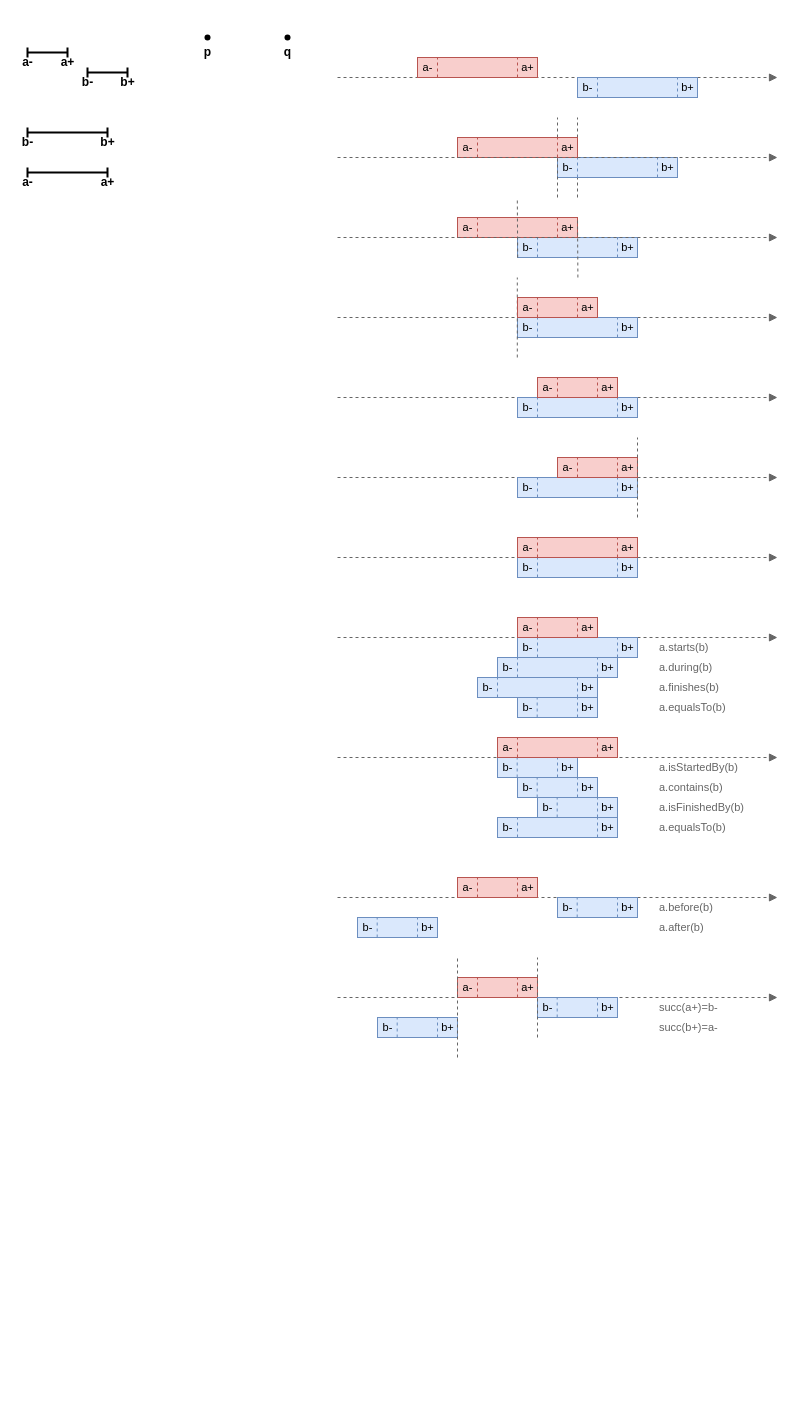
The draw.io diagram page "Relations-Src" (4 of 4) of res/resources.drawio in gchudnov/mindthegap, before the edit. Source tidied: cells renumbered, new cells numbered last; positions are measured from the earlier drawing's top-left corner, leaving out a move shared by most shapes. Both pictures are drawn from the tidied source at 100%, with x=0, y=0 at pixel (17, 17).
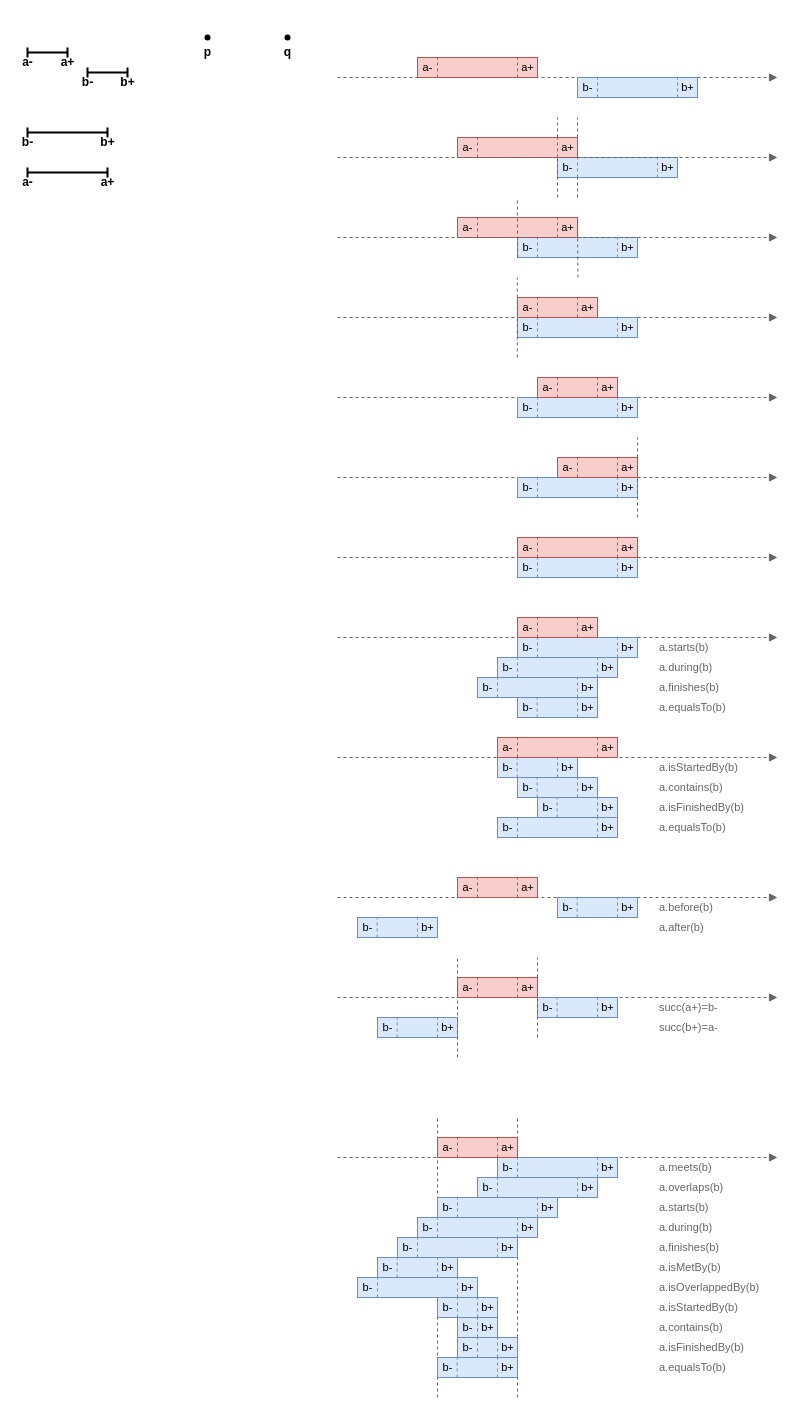
Above is the later version.

Change to the diagram source:
```diff
@@
+    <mxCell id="231" style="group;" parent="1" vertex="1">
+      <mxGeometry x="340" y="1260" width="120" height="20" as="geometry" />
+    </mxCell>
+    <mxCell id="232" style="endArrow=none;dashed=1;html=1;strokeWidth=1;fontSize=11;fillColor=#f5f5f5;strokeColor=#666666;" parent="231" edge="1">
+      <mxGeometry relative="1" as="geometry">
+        <mxPoint x="80" y="120" as="sourcePoint" />
+        <mxPoint x="80" y="-160" as="targetPoint" />
+      </mxGeometry>
+    </mxCell>
+    <mxCell id="233" style="rounded=0;whiteSpace=wrap;html=1;fontSize=12;strokeWidth=1;fillColor=#dae8fc;strokeColor=#6c8ebf;" parent="231" vertex="1">
+      <mxGeometry width="120" height="20" as="geometry" />
+    </mxCell>
+    <mxCell id="234" value="b-" style="text;html=1;strokeColor=none;fillColor=none;align=center;verticalAlign=middle;rounded=0;fontSize=11;" parent="231" vertex="1">
+      <mxGeometry width="20" height="20" as="geometry" />
+    </mxCell>
+    <mxCell id="235" value="b+" style="text;strokeColor=none;fillColor=none;align=center;verticalAlign=middle;rounded=0;fontSize=11;html=1;spacing=2;" parent="231" vertex="1">
+      <mxGeometry x="100" width="20" height="20" as="geometry" />
+    </mxCell>
+    <mxCell id="236" style="endArrow=none;dashed=1;html=1;strokeWidth=1;fontSize=11;fillColor=#dae8fc;strokeColor=#6c8ebf;" parent="231" edge="1">
+      <mxGeometry relative="1" as="geometry">
+        <mxPoint x="100" y="20" as="sourcePoint" />
+        <mxPoint x="100" as="targetPoint" />
+      </mxGeometry>
+    </mxCell>
+    <mxCell id="237" style="endArrow=none;dashed=1;html=1;strokeWidth=1;fontSize=11;fillColor=#dae8fc;strokeColor=#6c8ebf;" parent="231" edge="1">
+      <mxGeometry relative="1" as="geometry">
+        <mxPoint x="20" y="20" as="sourcePoint" />
+        <mxPoint x="20" as="targetPoint" />
+      </mxGeometry>
+    </mxCell>
+    <mxCell id="238" style="endArrow=none;dashed=1;html=1;strokeWidth=1;fontSize=11;fillColor=#f5f5f5;strokeColor=#666666;" parent="1" edge="1">
+      <mxGeometry relative="1" as="geometry">
+        <mxPoint x="500" y="1380" as="sourcePoint" />
+        <mxPoint x="500" y="1100" as="targetPoint" />
+      </mxGeometry>
+    </mxCell>
@@
+    <mxCell id="239" style="endArrow=block;html=1;fontSize=12;strokeWidth=1;fillColor=#f5f5f5;strokeColor=#666666;endFill=1;dashed=1;" parent="1" edge="1">
+      <mxGeometry relative="1" as="geometry">
+        <mxPoint x="320" y="1140" as="sourcePoint" />
+        <mxPoint x="760" y="1140" as="targetPoint" />
+      </mxGeometry>
+    </mxCell>
+    <mxCell id="240" style="group;" parent="1" vertex="1">
+      <mxGeometry x="460" y="1160" width="120" height="20" as="geometry" />
+    </mxCell>
+    <mxCell id="241" style="rounded=0;whiteSpace=wrap;html=1;fontSize=12;strokeWidth=1;fillColor=#dae8fc;strokeColor=#6c8ebf;" parent="240" vertex="1">
+      <mxGeometry width="120" height="20" as="geometry" />
+    </mxCell>
+    <mxCell id="242" value="b-" style="text;html=1;strokeColor=none;fillColor=none;align=center;verticalAlign=middle;rounded=0;fontSize=11;" parent="240" vertex="1">
+      <mxGeometry width="20" height="20" as="geometry" />
+    </mxCell>
+    <mxCell id="243" value="b+" style="text;strokeColor=none;fillColor=none;align=center;verticalAlign=middle;rounded=0;fontSize=11;html=1;spacing=2;" parent="240" vertex="1">
+      <mxGeometry x="100" width="20" height="20" as="geometry" />
+    </mxCell>
+    <mxCell id="244" style="endArrow=none;dashed=1;html=1;strokeWidth=1;fontSize=11;fillColor=#dae8fc;strokeColor=#6c8ebf;" parent="240" edge="1">
+      <mxGeometry relative="1" as="geometry">
+        <mxPoint x="100" y="20" as="sourcePoint" />
+        <mxPoint x="100" as="targetPoint" />
+      </mxGeometry>
+    </mxCell>
+    <mxCell id="245" style="endArrow=none;dashed=1;html=1;strokeWidth=1;fontSize=11;fillColor=#dae8fc;strokeColor=#6c8ebf;" parent="240" edge="1">
+      <mxGeometry relative="1" as="geometry">
+        <mxPoint x="20" y="20" as="sourcePoint" />
+        <mxPoint x="20" as="targetPoint" />
+      </mxGeometry>
+    </mxCell>
+    <mxCell id="246" style="group;" parent="1" vertex="1">
+      <mxGeometry x="480" y="1140" width="120" height="20" as="geometry" />
+    </mxCell>
+    <mxCell id="247" style="rounded=0;whiteSpace=wrap;html=1;fontSize=12;strokeWidth=1;fillColor=#dae8fc;strokeColor=#6c8ebf;" parent="246" vertex="1">
+      <mxGeometry width="120" height="20" as="geometry" />
+    </mxCell>
+    <mxCell id="248" value="b-" style="text;html=1;strokeColor=none;fillColor=none;align=center;verticalAlign=middle;rounded=0;fontSize=11;" parent="246" vertex="1">
+      <mxGeometry width="20" height="20" as="geometry" />
+    </mxCell>
+    <mxCell id="249" value="b+" style="text;strokeColor=none;fillColor=none;align=center;verticalAlign=middle;rounded=0;fontSize=11;html=1;spacing=2;" parent="246" vertex="1">
+      <mxGeometry x="100" width="20" height="20" as="geometry" />
+    </mxCell>
+    <mxCell id="250" style="endArrow=none;dashed=1;html=1;strokeWidth=1;fontSize=11;fillColor=#dae8fc;strokeColor=#6c8ebf;" parent="246" edge="1">
+      <mxGeometry relative="1" as="geometry">
+        <mxPoint x="100" y="20" as="sourcePoint" />
+        <mxPoint x="100" as="targetPoint" />
+      </mxGeometry>
+    </mxCell>
+    <mxCell id="251" style="endArrow=none;dashed=1;html=1;strokeWidth=1;fontSize=11;fillColor=#dae8fc;strokeColor=#6c8ebf;" parent="246" edge="1">
+      <mxGeometry relative="1" as="geometry">
+        <mxPoint x="20" y="20" as="sourcePoint" />
+        <mxPoint x="20" as="targetPoint" />
+      </mxGeometry>
+    </mxCell>
+    <mxCell id="252" value="a.meets(b)" style="text;html=1;strokeColor=none;fillColor=none;align=left;verticalAlign=middle;whiteSpace=wrap;rounded=0;fontSize=11;fontColor=#666666;" parent="1" vertex="1">
+      <mxGeometry x="640" y="1140" width="80" height="20" as="geometry" />
+    </mxCell>
+    <mxCell id="253" value="a.overlaps(b)" style="text;html=1;strokeColor=none;fillColor=none;align=left;verticalAlign=middle;whiteSpace=wrap;rounded=0;fontSize=11;fontColor=#666666;" parent="1" vertex="1">
+      <mxGeometry x="640" y="1160" width="80" height="20" as="geometry" />
+    </mxCell>
+    <mxCell id="254" style="group;" parent="1" vertex="1">
+      <mxGeometry x="420" y="1120" width="80" height="20" as="geometry" />
+    </mxCell>
+    <mxCell id="255" style="rounded=0;whiteSpace=wrap;html=1;fontSize=12;strokeWidth=1;fillColor=#f8cecc;strokeColor=#b85450;" parent="254" vertex="1">
+      <mxGeometry width="80" height="20" as="geometry" />
+    </mxCell>
+    <mxCell id="256" value="&lt;p style=&quot;line-height: 1.2&quot;&gt;a-&lt;/p&gt;" style="text;html=1;strokeColor=none;fillColor=none;align=center;verticalAlign=middle;rounded=0;fontSize=11;labelPosition=center;verticalLabelPosition=middle;horizontal=1;" parent="254" vertex="1">
+      <mxGeometry width="20" height="20" as="geometry" />
+    </mxCell>
+    <mxCell id="257" value="a+" style="text;html=1;strokeColor=none;fillColor=none;align=center;verticalAlign=middle;rounded=0;fontSize=11;spacing=2;" parent="254" vertex="1">
+      <mxGeometry x="60" width="20" height="20" as="geometry" />
+    </mxCell>
+    <mxCell id="258" style="endArrow=none;dashed=1;html=1;strokeWidth=1;fontSize=11;fillColor=#f8cecc;strokeColor=#b85450;" parent="254" edge="1">
+      <mxGeometry relative="1" as="geometry">
+        <mxPoint x="60" y="20" as="sourcePoint" />
+        <mxPoint x="60" as="targetPoint" />
+      </mxGeometry>
+    </mxCell>
+    <mxCell id="259" style="endArrow=none;dashed=1;html=1;strokeWidth=1;fontSize=11;fillColor=#f8cecc;strokeColor=#b85450;" parent="254" edge="1">
+      <mxGeometry relative="1" as="geometry">
+        <mxPoint x="20" y="20" as="sourcePoint" />
+        <mxPoint x="20" as="targetPoint" />
+      </mxGeometry>
+    </mxCell>
+    <mxCell id="260" style="group;" parent="1" vertex="1">
+      <mxGeometry x="420" y="1180" width="120" height="20" as="geometry" />
+    </mxCell>
+    <mxCell id="261" style="rounded=0;whiteSpace=wrap;html=1;fontSize=12;strokeWidth=1;fillColor=#dae8fc;strokeColor=#6c8ebf;" parent="260" vertex="1">
+      <mxGeometry width="120" height="20" as="geometry" />
+    </mxCell>
+    <mxCell id="262" value="b-" style="text;html=1;strokeColor=none;fillColor=none;align=center;verticalAlign=middle;rounded=0;fontSize=11;" parent="260" vertex="1">
+      <mxGeometry width="20" height="20" as="geometry" />
+    </mxCell>
+    <mxCell id="263" value="b+" style="text;strokeColor=none;fillColor=none;align=center;verticalAlign=middle;rounded=0;fontSize=11;html=1;spacing=2;" parent="260" vertex="1">
+      <mxGeometry x="100" width="20" height="20" as="geometry" />
+    </mxCell>
+    <mxCell id="264" style="endArrow=none;dashed=1;html=1;strokeWidth=1;fontSize=11;fillColor=#dae8fc;strokeColor=#6c8ebf;" parent="260" edge="1">
+      <mxGeometry relative="1" as="geometry">
+        <mxPoint x="100" y="20" as="sourcePoint" />
+        <mxPoint x="100" as="targetPoint" />
+      </mxGeometry>
+    </mxCell>
+    <mxCell id="265" style="endArrow=none;dashed=1;html=1;strokeWidth=1;fontSize=11;fillColor=#dae8fc;strokeColor=#6c8ebf;" parent="260" edge="1">
+      <mxGeometry relative="1" as="geometry">
+        <mxPoint x="20" y="20" as="sourcePoint" />
+        <mxPoint x="20" as="targetPoint" />
+      </mxGeometry>
+    </mxCell>
+    <mxCell id="266" value="a.starts(b)" style="text;html=1;strokeColor=none;fillColor=none;align=left;verticalAlign=middle;whiteSpace=wrap;rounded=0;fontSize=11;fontColor=#666666;" parent="1" vertex="1">
+      <mxGeometry x="640" y="1180" width="80" height="20" as="geometry" />
+    </mxCell>
+    <mxCell id="267" style="group;" parent="1" vertex="1">
+      <mxGeometry x="400" y="1200" width="120" height="20" as="geometry" />
+    </mxCell>
+    <mxCell id="268" style="rounded=0;whiteSpace=wrap;html=1;fontSize=12;strokeWidth=1;fillColor=#dae8fc;strokeColor=#6c8ebf;" parent="267" vertex="1">
+      <mxGeometry width="120" height="20" as="geometry" />
+    </mxCell>
+    <mxCell id="269" value="b-" style="text;html=1;strokeColor=none;fillColor=none;align=center;verticalAlign=middle;rounded=0;fontSize=11;" parent="267" vertex="1">
+      <mxGeometry width="20" height="20" as="geometry" />
+    </mxCell>
+    <mxCell id="270" value="b+" style="text;strokeColor=none;fillColor=none;align=center;verticalAlign=middle;rounded=0;fontSize=11;html=1;spacing=2;" parent="267" vertex="1">
+      <mxGeometry x="100" width="20" height="20" as="geometry" />
+    </mxCell>
+    <mxCell id="271" style="endArrow=none;dashed=1;html=1;strokeWidth=1;fontSize=11;fillColor=#dae8fc;strokeColor=#6c8ebf;" parent="267" edge="1">
+      <mxGeometry relative="1" as="geometry">
+        <mxPoint x="100" y="20" as="sourcePoint" />
+        <mxPoint x="100" as="targetPoint" />
+      </mxGeometry>
+    </mxCell>
+    <mxCell id="272" style="endArrow=none;dashed=1;html=1;strokeWidth=1;fontSize=11;fillColor=#dae8fc;strokeColor=#6c8ebf;" parent="267" edge="1">
+      <mxGeometry relative="1" as="geometry">
+        <mxPoint x="20" y="20" as="sourcePoint" />
+        <mxPoint x="20" as="targetPoint" />
+      </mxGeometry>
+    </mxCell>
+    <mxCell id="273" value="a.during(b)" style="text;html=1;strokeColor=none;fillColor=none;align=left;verticalAlign=middle;whiteSpace=wrap;rounded=0;fontSize=11;fontColor=#666666;" parent="1" vertex="1">
+      <mxGeometry x="640" y="1200" width="80" height="20" as="geometry" />
+    </mxCell>
+    <mxCell id="274" style="group;" parent="1" vertex="1">
+      <mxGeometry x="380" y="1220" width="120" height="20" as="geometry" />
+    </mxCell>
+    <mxCell id="275" style="rounded=0;whiteSpace=wrap;html=1;fontSize=12;strokeWidth=1;fillColor=#dae8fc;strokeColor=#6c8ebf;" parent="274" vertex="1">
+      <mxGeometry width="120" height="20" as="geometry" />
+    </mxCell>
+    <mxCell id="276" value="b-" style="text;html=1;strokeColor=none;fillColor=none;align=center;verticalAlign=middle;rounded=0;fontSize=11;" parent="274" vertex="1">
+      <mxGeometry width="20" height="20" as="geometry" />
+    </mxCell>
+    <mxCell id="277" value="b+" style="text;strokeColor=none;fillColor=none;align=center;verticalAlign=middle;rounded=0;fontSize=11;html=1;spacing=2;" parent="274" vertex="1">
+      <mxGeometry x="100" width="20" height="20" as="geometry" />
+    </mxCell>
+    <mxCell id="278" style="endArrow=none;dashed=1;html=1;strokeWidth=1;fontSize=11;fillColor=#dae8fc;strokeColor=#6c8ebf;" parent="274" edge="1">
+      <mxGeometry relative="1" as="geometry">
+        <mxPoint x="100" y="20" as="sourcePoint" />
+        <mxPoint x="100" as="targetPoint" />
+      </mxGeometry>
+    </mxCell>
+    <mxCell id="279" style="endArrow=none;dashed=1;html=1;strokeWidth=1;fontSize=11;fillColor=#dae8fc;strokeColor=#6c8ebf;" parent="274" edge="1">
+      <mxGeometry relative="1" as="geometry">
+        <mxPoint x="20" y="20" as="sourcePoint" />
+        <mxPoint x="20" as="targetPoint" />
+      </mxGeometry>
+    </mxCell>
+    <mxCell id="280" value="a.finishes(b)" style="text;html=1;strokeColor=none;fillColor=none;align=left;verticalAlign=middle;whiteSpace=wrap;rounded=0;fontSize=11;fontColor=#666666;" parent="1" vertex="1">
+      <mxGeometry x="640" y="1220" width="80" height="20" as="geometry" />
+    </mxCell>
+    <mxCell id="281" style="group;" parent="1" vertex="1">
+      <mxGeometry x="360" y="1240" width="80" height="20" as="geometry" />
+    </mxCell>
+    <mxCell id="282" style="rounded=0;whiteSpace=wrap;html=1;fontSize=12;strokeWidth=1;fillColor=#dae8fc;strokeColor=#6c8ebf;" parent="281" vertex="1">
+      <mxGeometry width="80" height="20" as="geometry" />
+    </mxCell>
+    <mxCell id="283" value="b-" style="text;html=1;strokeColor=none;fillColor=none;align=center;verticalAlign=middle;rounded=0;fontSize=11;" parent="281" vertex="1">
+      <mxGeometry width="20" height="20" as="geometry" />
+    </mxCell>
+    <mxCell id="284" value="b+" style="text;strokeColor=none;fillColor=none;align=center;verticalAlign=middle;rounded=0;fontSize=11;html=1;spacing=2;" parent="281" vertex="1">
+      <mxGeometry x="60" width="20" height="20" as="geometry" />
+    </mxCell>
+    <mxCell id="285" style="endArrow=none;dashed=1;html=1;strokeWidth=1;fontSize=11;fillColor=#dae8fc;strokeColor=#6c8ebf;" parent="281" edge="1">
+      <mxGeometry relative="1" as="geometry">
+        <mxPoint x="60" y="20" as="sourcePoint" />
+        <mxPoint x="60" as="targetPoint" />
+      </mxGeometry>
+    </mxCell>
+    <mxCell id="286" style="endArrow=none;dashed=1;html=1;strokeWidth=1;fontSize=11;fillColor=#dae8fc;strokeColor=#6c8ebf;" parent="281" edge="1">
+      <mxGeometry relative="1" as="geometry">
+        <mxPoint x="19.7" y="20" as="sourcePoint" />
+        <mxPoint x="19.7" as="targetPoint" />
+      </mxGeometry>
+    </mxCell>
+    <mxCell id="287" value="a.isMetBy(b)" style="text;html=1;strokeColor=none;fillColor=none;align=left;verticalAlign=middle;whiteSpace=wrap;rounded=0;fontSize=11;fontColor=#666666;" parent="1" vertex="1">
+      <mxGeometry x="640" y="1240" width="80" height="20" as="geometry" />
+    </mxCell>
+    <mxCell id="288" value="a.isOverlappedBy(b)" style="text;html=1;strokeColor=none;fillColor=none;align=left;verticalAlign=middle;whiteSpace=wrap;rounded=0;fontSize=11;fontColor=#666666;" parent="1" vertex="1">
+      <mxGeometry x="640" y="1260" width="80" height="20" as="geometry" />
+    </mxCell>
+    <mxCell id="289" style="group;" parent="1" vertex="1">
+      <mxGeometry x="420" y="1280" width="60" height="20" as="geometry" />
+    </mxCell>
+    <mxCell id="290" style="rounded=0;whiteSpace=wrap;html=1;fontSize=12;strokeWidth=1;fillColor=#dae8fc;strokeColor=#6c8ebf;" parent="289" vertex="1">
+      <mxGeometry width="60" height="20" as="geometry" />
+    </mxCell>
+    <mxCell id="291" value="b-" style="text;html=1;strokeColor=none;fillColor=none;align=center;verticalAlign=middle;rounded=0;fontSize=11;" parent="289" vertex="1">
+      <mxGeometry width="20" height="20" as="geometry" />
+    </mxCell>
+    <mxCell id="292" value="b+" style="text;strokeColor=none;fillColor=none;align=center;verticalAlign=middle;rounded=0;fontSize=11;html=1;spacing=2;" parent="289" vertex="1">
+      <mxGeometry x="40" width="20" height="20" as="geometry" />
+    </mxCell>
+    <mxCell id="293" style="endArrow=none;dashed=1;html=1;strokeWidth=1;fontSize=11;fillColor=#dae8fc;strokeColor=#6c8ebf;" parent="289" edge="1">
+      <mxGeometry relative="1" as="geometry">
+        <mxPoint x="40" y="20" as="sourcePoint" />
+        <mxPoint x="40" as="targetPoint" />
+      </mxGeometry>
+    </mxCell>
+    <mxCell id="294" style="endArrow=none;dashed=1;html=1;strokeWidth=1;fontSize=11;fillColor=#dae8fc;strokeColor=#6c8ebf;" parent="289" edge="1">
+      <mxGeometry relative="1" as="geometry">
+        <mxPoint x="20" y="20" as="sourcePoint" />
+        <mxPoint x="20" as="targetPoint" />
+      </mxGeometry>
+    </mxCell>
+    <mxCell id="295" value="a.isStartedBy(b)" style="text;html=1;strokeColor=none;fillColor=none;align=left;verticalAlign=middle;whiteSpace=wrap;rounded=0;fontSize=11;fontColor=#666666;" parent="1" vertex="1">
+      <mxGeometry x="640" y="1280" width="80" height="20" as="geometry" />
+    </mxCell>
+    <mxCell id="296" style="rounded=0;whiteSpace=wrap;html=1;fontSize=12;strokeWidth=1;fillColor=#dae8fc;strokeColor=#6c8ebf;" parent="1" vertex="1">
+      <mxGeometry x="440" y="1300" width="40" height="20" as="geometry" />
+    </mxCell>
+    <mxCell id="297" value="b-" style="text;html=1;strokeColor=none;fillColor=none;align=center;verticalAlign=middle;rounded=0;fontSize=11;" parent="1" vertex="1">
+      <mxGeometry x="440" y="1300" width="20" height="20" as="geometry" />
+    </mxCell>
+    <mxCell id="298" value="b+" style="text;strokeColor=none;fillColor=none;align=center;verticalAlign=middle;rounded=0;fontSize=11;html=1;spacing=2;" parent="1" vertex="1">
+      <mxGeometry x="460" y="1300" width="20" height="20" as="geometry" />
+    </mxCell>
+    <mxCell id="299" style="endArrow=none;dashed=1;html=1;strokeWidth=1;fontSize=11;fillColor=#dae8fc;strokeColor=#6c8ebf;" parent="1" edge="1">
+      <mxGeometry relative="1" as="geometry">
+        <mxPoint x="460" y="1320" as="sourcePoint" />
+        <mxPoint x="460" y="1300" as="targetPoint" />
+      </mxGeometry>
+    </mxCell>
+    <mxCell id="300" style="endArrow=none;dashed=1;html=1;strokeWidth=1;fontSize=11;fillColor=#dae8fc;strokeColor=#6c8ebf;" parent="1" edge="1">
+      <mxGeometry relative="1" as="geometry">
+        <mxPoint x="460" y="1320" as="sourcePoint" />
+        <mxPoint x="460" y="1300" as="targetPoint" />
+      </mxGeometry>
+    </mxCell>
+    <mxCell id="301" value="a.contains(b)" style="text;html=1;strokeColor=none;fillColor=none;align=left;verticalAlign=middle;whiteSpace=wrap;rounded=0;fontSize=11;fontColor=#666666;" parent="1" vertex="1">
+      <mxGeometry x="640" y="1300" width="80" height="20" as="geometry" />
+    </mxCell>
+    <mxCell id="302" style="group;" parent="1" vertex="1">
+      <mxGeometry x="440" y="1320" width="60" height="20" as="geometry" />
+    </mxCell>
+    <mxCell id="303" style="rounded=0;whiteSpace=wrap;html=1;fontSize=12;strokeWidth=1;fillColor=#dae8fc;strokeColor=#6c8ebf;" parent="302" vertex="1">
+      <mxGeometry width="60" height="20" as="geometry" />
+    </mxCell>
+    <mxCell id="304" value="b-" style="text;html=1;strokeColor=none;fillColor=none;align=center;verticalAlign=middle;rounded=0;fontSize=11;" parent="302" vertex="1">
+      <mxGeometry width="20" height="20" as="geometry" />
+    </mxCell>
+    <mxCell id="305" value="b+" style="text;strokeColor=none;fillColor=none;align=center;verticalAlign=middle;rounded=0;fontSize=11;html=1;spacing=2;" parent="302" vertex="1">
+      <mxGeometry x="40" width="20" height="20" as="geometry" />
+    </mxCell>
+    <mxCell id="306" style="endArrow=none;dashed=1;html=1;strokeWidth=1;fontSize=11;fillColor=#dae8fc;strokeColor=#6c8ebf;" parent="302" edge="1">
+      <mxGeometry relative="1" as="geometry">
+        <mxPoint x="40" y="20" as="sourcePoint" />
+        <mxPoint x="40" as="targetPoint" />
+      </mxGeometry>
+    </mxCell>
+    <mxCell id="307" style="endArrow=none;dashed=1;html=1;strokeWidth=1;fontSize=11;fillColor=#dae8fc;strokeColor=#6c8ebf;" parent="302" edge="1">
+      <mxGeometry relative="1" as="geometry">
+        <mxPoint x="20" y="20" as="sourcePoint" />
+        <mxPoint x="20" as="targetPoint" />
+      </mxGeometry>
+    </mxCell>
+    <mxCell id="308" value="a.isFinishedBy(b)" style="text;html=1;strokeColor=none;fillColor=none;align=left;verticalAlign=middle;whiteSpace=wrap;rounded=0;fontSize=11;fontColor=#666666;" parent="1" vertex="1">
+      <mxGeometry x="640" y="1320" width="80" height="20" as="geometry" />
+    </mxCell>
+    <mxCell id="309" style="group;" parent="1" vertex="1">
+      <mxGeometry x="420" y="1340" width="80" height="20" as="geometry" />
+    </mxCell>
+    <mxCell id="310" style="rounded=0;whiteSpace=wrap;html=1;fontSize=12;strokeWidth=1;fillColor=#dae8fc;strokeColor=#6c8ebf;" parent="309" vertex="1">
+      <mxGeometry width="80" height="20" as="geometry" />
+    </mxCell>
+    <mxCell id="311" value="b-" style="text;html=1;strokeColor=none;fillColor=none;align=center;verticalAlign=middle;rounded=0;fontSize=11;" parent="309" vertex="1">
+      <mxGeometry width="20" height="20" as="geometry" />
+    </mxCell>
+    <mxCell id="312" value="b+" style="text;strokeColor=none;fillColor=none;align=center;verticalAlign=middle;rounded=0;fontSize=11;html=1;spacing=2;" parent="309" vertex="1">
+      <mxGeometry x="60" width="20" height="20" as="geometry" />
+    </mxCell>
+    <mxCell id="313" style="endArrow=none;dashed=1;html=1;strokeWidth=1;fontSize=11;fillColor=#dae8fc;strokeColor=#6c8ebf;" parent="309" edge="1">
+      <mxGeometry relative="1" as="geometry">
+        <mxPoint x="60" y="20" as="sourcePoint" />
+        <mxPoint x="60" as="targetPoint" />
+      </mxGeometry>
+    </mxCell>
+    <mxCell id="314" style="endArrow=none;dashed=1;html=1;strokeWidth=1;fontSize=11;fillColor=#dae8fc;strokeColor=#6c8ebf;" parent="309" edge="1">
+      <mxGeometry relative="1" as="geometry">
+        <mxPoint x="19.7" y="20" as="sourcePoint" />
+        <mxPoint x="19.7" as="targetPoint" />
+      </mxGeometry>
+    </mxCell>
+    <mxCell id="315" value="a.equalsTo(b)" style="text;html=1;strokeColor=none;fillColor=none;align=left;verticalAlign=middle;whiteSpace=wrap;rounded=0;fontSize=11;fontColor=#666666;" parent="1" vertex="1">
+      <mxGeometry x="640" y="1340" width="80" height="20" as="geometry" />
+    </mxCell>
```
